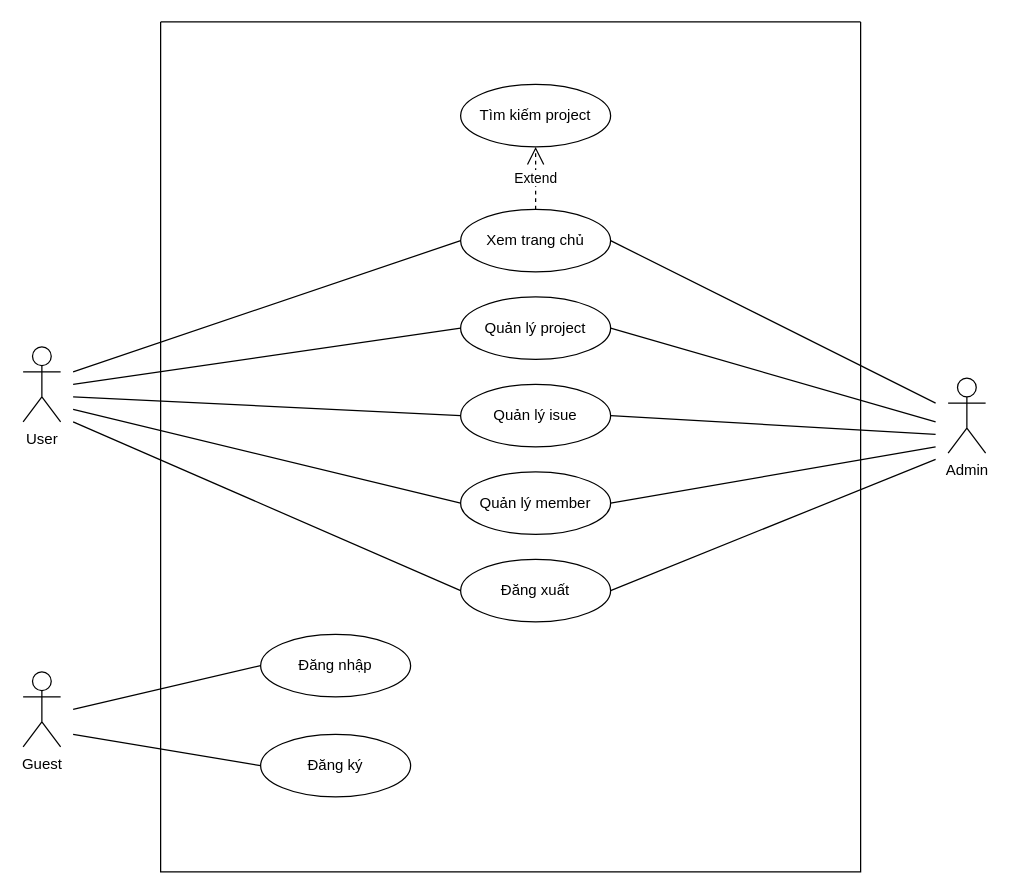
This is Untitled Diagram.drawio from NightFury712/Demo-Project-2, a draw.io file, before an edit. Source tidied: cells renumbered, new cells numbered last; positions are measured from the earlier drawing's top-left corner, leaving out a move shared by most shapes. Both pictures are drawn from the tidied source at 125%, with x=0, y=0 at pixel (22, 21).
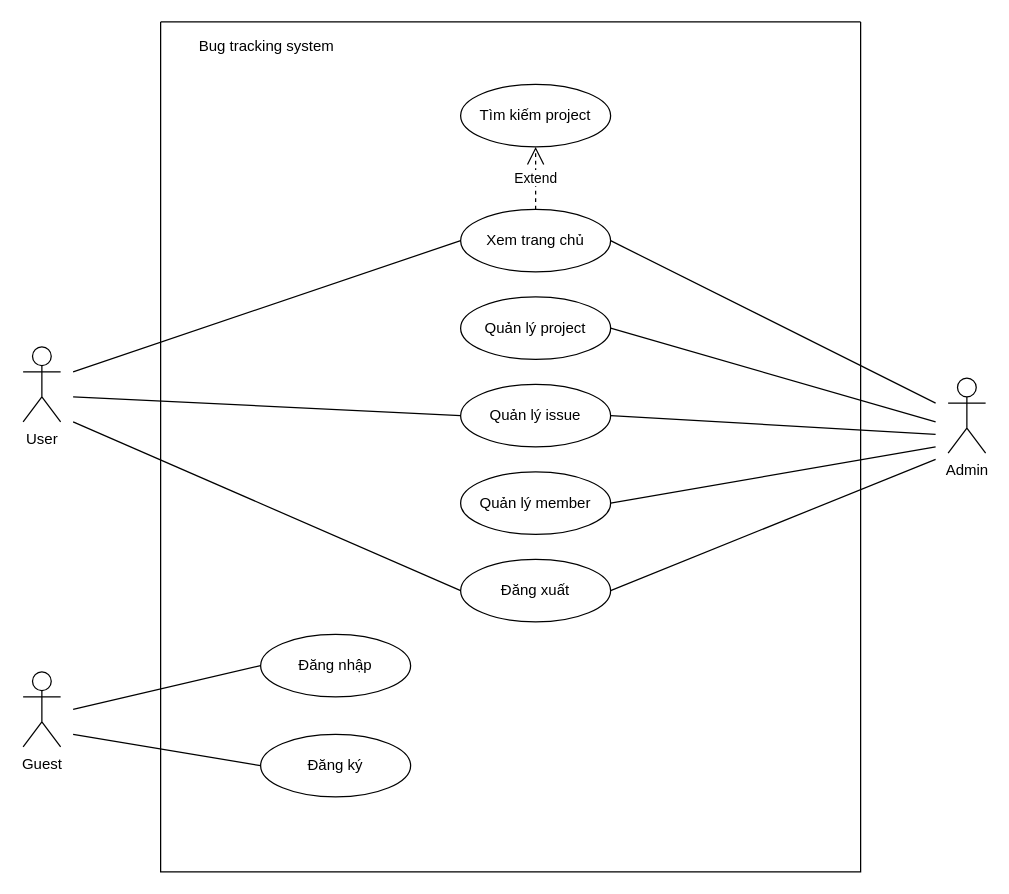
After the change.

The change refers to these unchanged cells:
```xml
<mxCell id="3" style="swimlane;startSize=0;" parent="1" vertex="1">
  <mxGeometry x="110" width="560" height="680" as="geometry" />
</mxCell>
<mxCell id="6" value="Quản lý project" style="ellipse;whiteSpace=wrap;html=1;" parent="3" vertex="1">
  <mxGeometry x="240" y="220" width="120" height="50" as="geometry" />
</mxCell>
<mxCell id="8" value="Quản lý member" style="ellipse;whiteSpace=wrap;html=1;" parent="3" vertex="1">
  <mxGeometry x="240" y="360" width="120" height="50" as="geometry" />
</mxCell>
```

The edit, as a diff of the source:
```diff
@@
-    <mxCell id="7" value="Quản lý isue" style="ellipse;whiteSpace=wrap;html=1;" parent="3" vertex="1">
+    <mxCell id="7" value="Quản lý issue" style="ellipse;whiteSpace=wrap;html=1;" parent="3" vertex="1">
       <mxGeometry x="240" y="290" width="120" height="50" as="geometry" />
     </mxCell>
@@
-    <mxCell id="12" style="endArrow=none;html=1;entryX=0;entryY=0.5;entryDx=0;entryDy=0;" parent="3" edge="1" target="6">
-      <mxGeometry relative="1" as="geometry">
-        <mxPoint x="-70" y="290" as="sourcePoint" />
-      </mxGeometry>
-    </mxCell>
-    <mxCell id="13" style="endArrow=none;html=1;entryX=0;entryY=0.5;entryDx=0;entryDy=0;" parent="3" edge="1" target="8">
-      <mxGeometry relative="1" as="geometry">
-        <mxPoint x="-70" y="310" as="sourcePoint" />
-      </mxGeometry>
-    </mxCell>
@@
+    <mxCell id="27" value="Bug tracking system" style="text;html=1;strokeColor=none;fillColor=none;align=center;verticalAlign=middle;whiteSpace=wrap;rounded=0;" parent="3" vertex="1">
+      <mxGeometry x="20" y="10" width="130" height="20" as="geometry" />
+    </mxCell>
```
